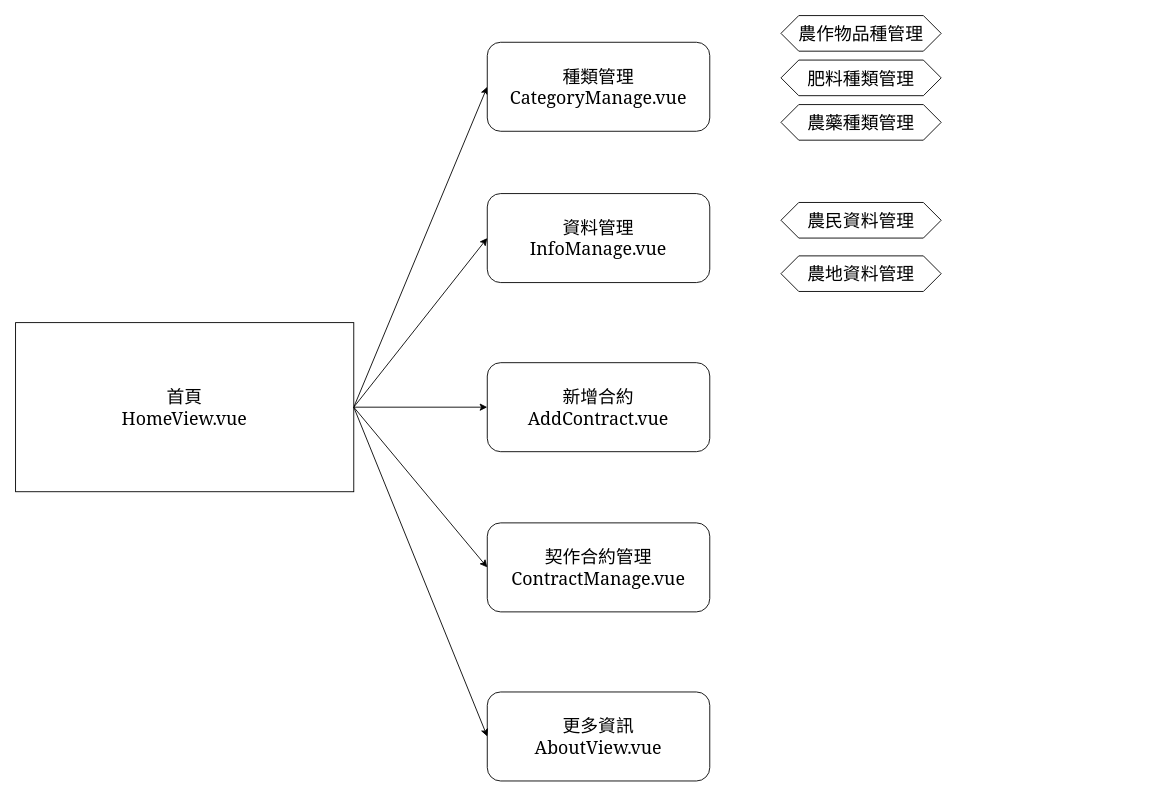
Before: public/webStructure.drawio in sakura0711/Contract-farming, a draw.io diagram. Source tidied: cells renumbered, new cells numbered last; positions are measured from the earlier drawing's top-left corner, leaving out a move shared by most shapes. Both pictures are drawn from the tidied source at 89%, with x=0, y=0 at pixel (15, 15).
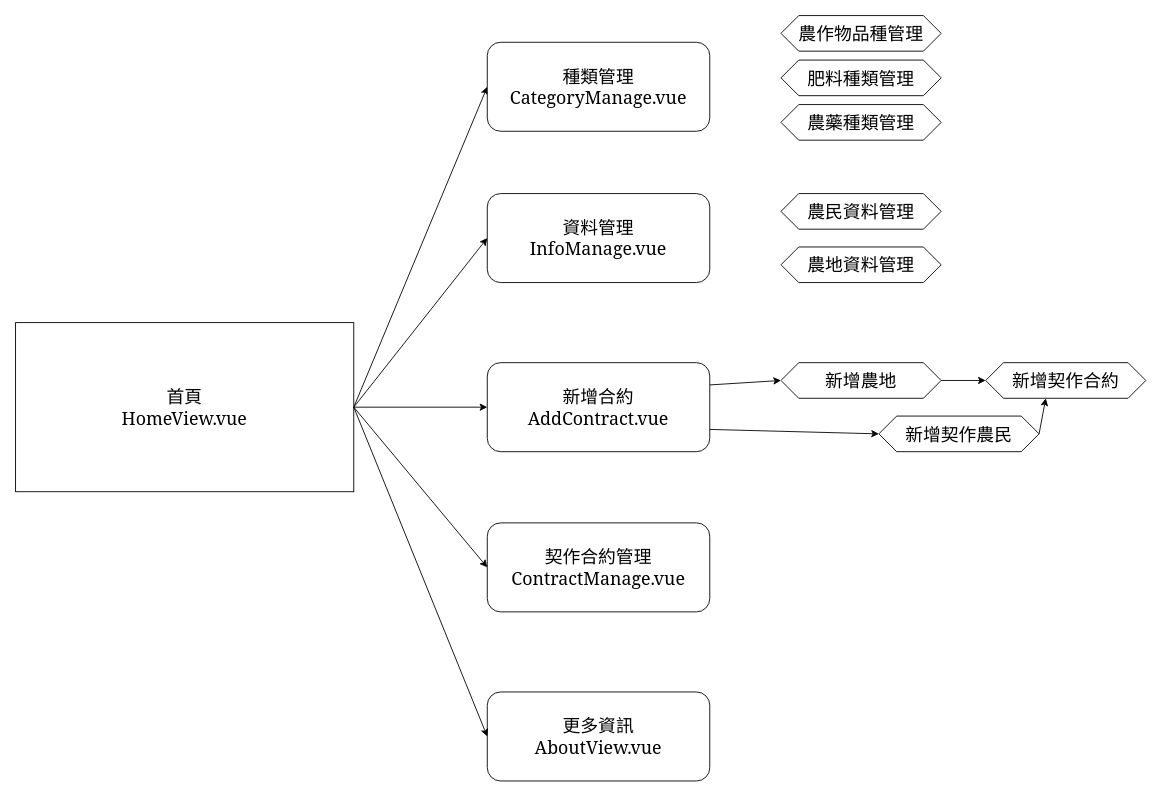
After the change.

Commit message:
更新網頁架構圖

Unchanged cells that the change refers to:
```xml
<mxCell id="5" value="新增合約&lt;br&gt;AddContract.vue&lt;br&gt;" style="rounded=1;whiteSpace=wrap;html=1;fontFamily=Georgia;fontSize=20;" parent="1" vertex="1">
  <mxGeometry x="530" y="390" width="250" height="100" as="geometry" />
</mxCell>
```

Diff of the diagram source:
```diff
@@
+    <mxCell id="18" style="edgeStyle=none;html=1;exitX=1;exitY=0.25;exitDx=0;exitDy=0;entryX=0;entryY=0.5;entryDx=0;entryDy=0;" parent="1" edge="1" source="5" target="21">
+      <mxGeometry relative="1" as="geometry" />
+    </mxCell>
+    <mxCell id="19" style="edgeStyle=none;html=1;exitX=1;exitY=0.75;exitDx=0;exitDy=0;entryX=0;entryY=0.5;entryDx=0;entryDy=0;" parent="1" edge="1" source="5" target="24">
+      <mxGeometry relative="1" as="geometry" />
+    </mxCell>
@@
     <mxCell id="10" value="農民資料管理" style="shape=hexagon;perimeter=hexagonPerimeter2;whiteSpace=wrap;html=1;fixedSize=1;fontFamily=Georgia;fontSize=20;" parent="1" vertex="1">
-      <mxGeometry x="860" y="210" width="180" height="40" as="geometry" />
+      <mxGeometry x="860" y="200" width="180" height="40" as="geometry" />
     </mxCell>
     <mxCell id="11" value="農地資料管理" style="shape=hexagon;perimeter=hexagonPerimeter2;whiteSpace=wrap;html=1;fixedSize=1;fontFamily=Georgia;fontSize=20;" parent="1" vertex="1">
-      <mxGeometry x="860" y="270" width="180" height="40" as="geometry" />
+      <mxGeometry x="860" y="260" width="180" height="40" as="geometry" />
     </mxCell>
@@
+    <mxCell id="20" style="edgeStyle=none;html=1;exitX=1;exitY=0.5;exitDx=0;exitDy=0;entryX=0;entryY=0.5;entryDx=0;entryDy=0;" parent="1" edge="1" source="21" target="22">
+      <mxGeometry relative="1" as="geometry" />
+    </mxCell>
+    <mxCell id="21" value="新增農地" style="shape=hexagon;perimeter=hexagonPerimeter2;whiteSpace=wrap;html=1;fixedSize=1;fontFamily=Georgia;fontSize=20;" parent="1" vertex="1">
+      <mxGeometry x="860" y="390" width="180" height="40" as="geometry" />
+    </mxCell>
+    <mxCell id="22" value="新增契作合約" style="shape=hexagon;perimeter=hexagonPerimeter2;whiteSpace=wrap;html=1;fixedSize=1;fontFamily=Georgia;fontSize=20;" parent="1" vertex="1">
+      <mxGeometry x="1090" y="390" width="180" height="40" as="geometry" />
+    </mxCell>
+    <mxCell id="23" style="edgeStyle=none;html=1;exitX=1;exitY=0.5;exitDx=0;exitDy=0;entryX=0.375;entryY=1;entryDx=0;entryDy=0;" parent="1" edge="1" source="24" target="22">
+      <mxGeometry relative="1" as="geometry" />
+    </mxCell>
+    <mxCell id="24" value="新增契作農民" style="shape=hexagon;perimeter=hexagonPerimeter2;whiteSpace=wrap;html=1;fixedSize=1;fontFamily=Georgia;fontSize=20;" parent="1" vertex="1">
+      <mxGeometry x="970" y="450" width="180" height="40" as="geometry" />
+    </mxCell>
```
